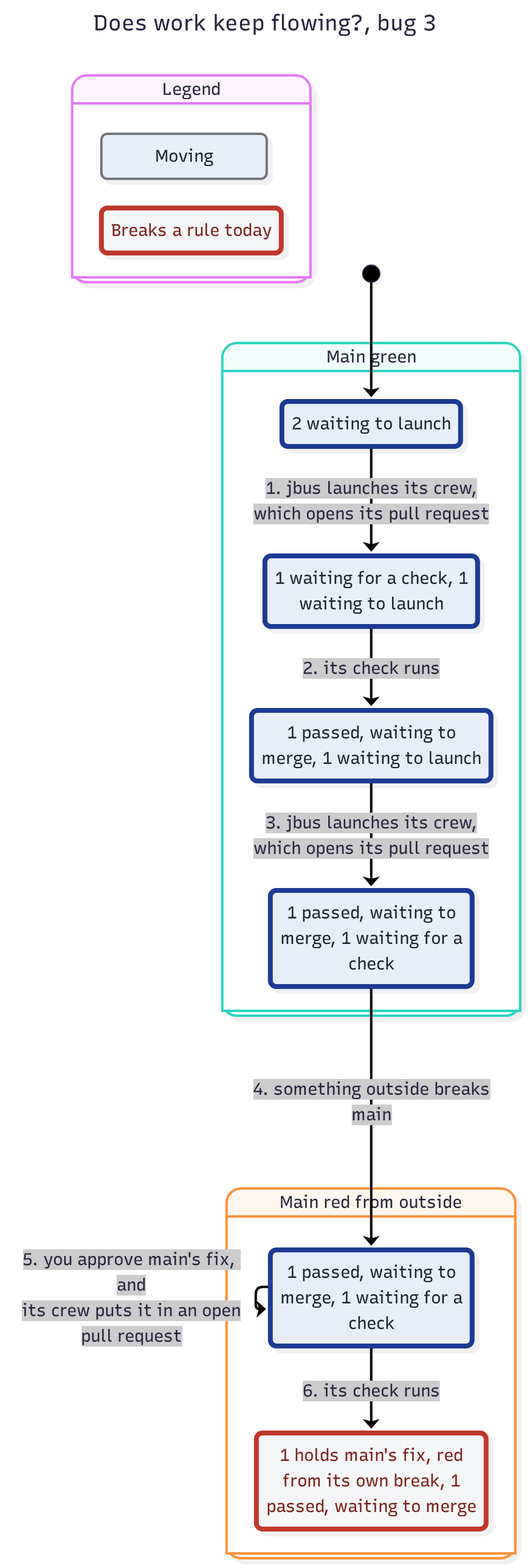
This is features/jmerge/spec/FlowToday-statechart/bug-3.png from JoshuaHayesWasHere/jstack, a Mermaid export, as it was before one commit. Its source is kept beside it as features/jmerge/spec/FlowToday-statechart/bug-3.mmd.
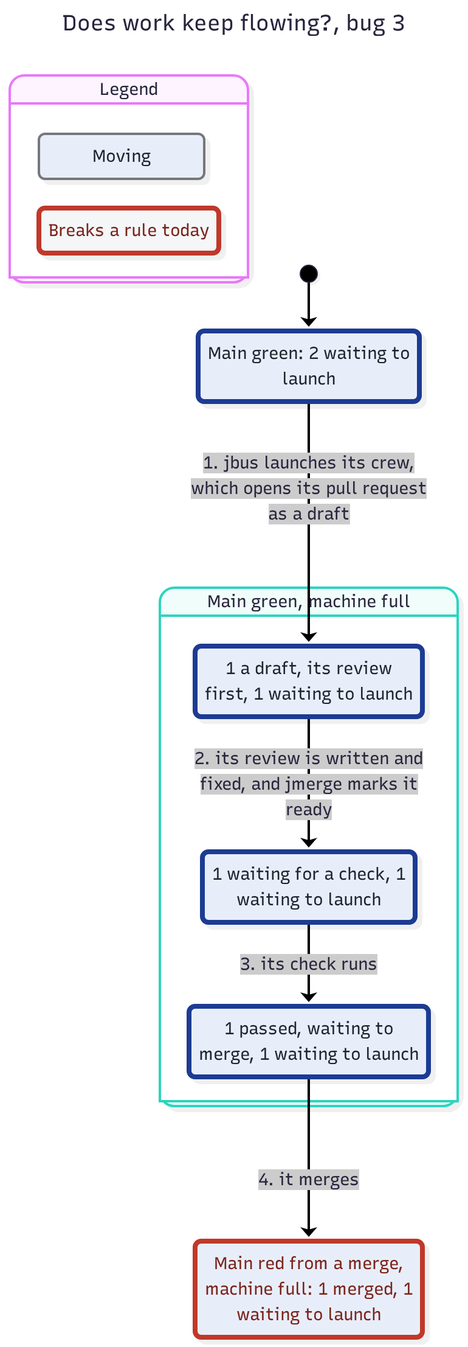
The same diagram one commit later.

The edit, as a diff of the source:
```diff
@@ -8,6 +8,7 @@
 stateDiagram-v2
   classDef plainWrong fill:#f4f6f7,stroke:#c0392b,stroke-width:4px,color:#7b241c
   classDef group1 fill:#e8eef9,stroke:#74777d,color:#1b2631
+  classDef group1Wrong fill:#e8eef9,stroke:#c0392b,stroke-width:4px,color:#7b241c
   classDef group1Path fill:#e8eef9,stroke:#1f3a93,stroke-width:4px,color:#1b2631
   state "Legend" as legend {
     state "Moving" as legendGroup1
@@ -15,26 +16,20 @@
   }
   class legendGroup1 group1
   class legendWrong plainWrong
-  state "Main green" as g0 {
-    state "1 passed, waiting to<br/>merge, 1 waiting for a<br/>check" as s0
+  state "Main green, machine full" as g0 {
+    state "1 a draft, its review<br/>first, 1 waiting to launch" as s0
     state "1 passed, waiting to<br/>merge, 1 waiting to launch" as s1
     state "1 waiting for a check, 1<br/>waiting to launch" as s2
-    state "2 waiting to launch" as s3
   }
-  state "Main red from outside" as g1 {
-    state "1 holds main's fix, red<br/>from its own break, 1<br/>passed, waiting to merge" as s4
-    state "1 passed, waiting to<br/>merge, 1 waiting for a<br/>check" as s5
-  }
+  state "Main green: 2 waiting to<br/>launch" as s3
+  state "Main red from a merge,<br/>machine full: 1 merged, 1<br/>waiting to launch" as s4
   [*] --> s3
-  s3 --> s2 : 1. jbus launches its crew,<br/>which opens its pull request
-  s2 --> s1 : 2. its check runs
-  s1 --> s0 : 3. jbus launches its crew,<br/>which opens its pull request
-  s0 --> s5 : 4. something outside breaks<br/>main
-  s5 --> s4 : 6. its check runs
-  s5 --> s5 : 5. you approve main's fix, and<br/>its crew puts it in an open<br/>pull request
+  s3 --> s0 : 1. jbus launches its crew,<br/>which opens its pull request<br/>as a draft
+  s0 --> s2 : 2. its review is written and<br/>fixed, and jmerge marks it<br/>ready
+  s2 --> s1 : 3. its check runs
+  s1 --> s4 : 4. it merges
   class s0 group1Path
   class s1 group1Path
   class s2 group1Path
   class s3 group1Path
-  class s4 plainWrong
-  class s5 group1Path
+  class s4 group1Wrong
```
